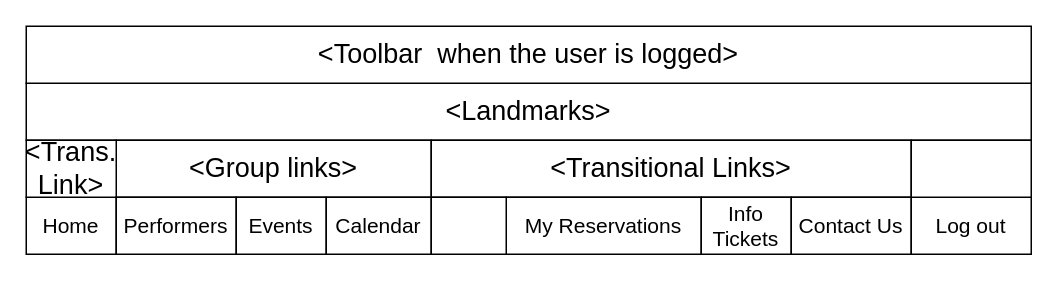
This is other/documentation/frontend/DRAW IO desing/toolbar logged.drawio from LeonardoPanizzo/hypermedia2019, a draw.io file, before an edit. Source tidied: cells renumbered, new cells numbered last; positions are measured from the earlier drawing's top-left corner, leaving out a move shared by most shapes. Both pictures are drawn from the tidied source at 150%, with x=0, y=0 at pixel (26, 26).
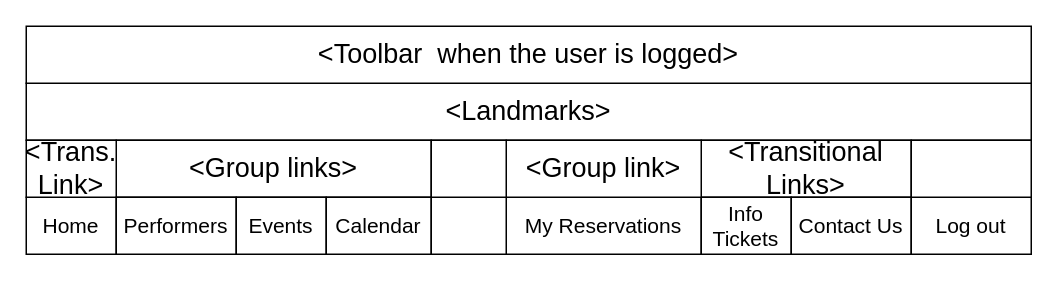
After the change.

Change to the diagram source:
```diff
@@
 <mxGraphModel>
   <root>
     <mxCell id="0" />
     <mxCell id="1" parent="0" />
     <mxCell id="2" value="&amp;lt;Landmarks&amp;gt;" style="rounded=0;whiteSpace=wrap;html=1;fontStyle=0;fontSize=18;" parent="1" vertex="1">
       <mxGeometry y="38" width="670" height="38" as="geometry" />
     </mxCell>
     <mxCell id="3" value="&lt;span style=&quot;font-size: 18px;&quot;&gt;&amp;lt;Group links&amp;gt;&lt;/span&gt;" style="rounded=0;whiteSpace=wrap;html=1;fontStyle=0;fontSize=18;" parent="1" vertex="1">
       <mxGeometry x="60" y="76" width="210" height="38" as="geometry" />
     </mxCell>
     <mxCell id="4" value="&lt;span style=&quot;font-size: 14px;&quot;&gt;Home&lt;/span&gt;" style="rounded=0;whiteSpace=wrap;html=1;fontStyle=0;fontSize=14;" parent="1" vertex="1">
       <mxGeometry y="114" width="60" height="38" as="geometry" />
     </mxCell>
     <mxCell id="5" value="&lt;span style=&quot;font-size: 18px;&quot;&gt;&amp;lt;Trans.&lt;br style=&quot;font-size: 18px;&quot;&gt;Link&amp;gt;&lt;/span&gt;&lt;br style=&quot;font-size: 18px;&quot;&gt;" style="rounded=0;whiteSpace=wrap;html=1;fontStyle=0;fontSize=18;" parent="1" vertex="1">
       <mxGeometry y="76" width="60" height="38" as="geometry" />
     </mxCell>
     <mxCell id="6" value="&lt;span style=&quot;font-size: 18px;&quot;&gt;&amp;lt;Transitional Links&amp;gt;&lt;/span&gt;&lt;br style=&quot;font-size: 18px;&quot;&gt;" style="rounded=0;whiteSpace=wrap;html=1;fontStyle=0;fontSize=18;" parent="1" vertex="1">
-      <mxGeometry x="270" y="76" width="320" height="38" as="geometry" />
+      <mxGeometry x="450" y="76" width="140" height="38" as="geometry" />
     </mxCell>
     <mxCell id="7" value="&lt;span style=&quot;font-size: 14px&quot;&gt;Performers&lt;/span&gt;" style="rounded=0;whiteSpace=wrap;html=1;fontStyle=0;fontSize=14;" parent="1" vertex="1">
       <mxGeometry x="60" y="114" width="80" height="38" as="geometry" />
     </mxCell>
     <mxCell id="8" value="&lt;span style=&quot;font-size: 14px;&quot;&gt;Events&lt;/span&gt;" style="rounded=0;whiteSpace=wrap;html=1;fontStyle=0;fontSize=14;" parent="1" vertex="1">
       <mxGeometry x="140" y="114" width="60" height="38" as="geometry" />
     </mxCell>
     <mxCell id="9" value="&lt;span style=&quot;font-size: 14px&quot;&gt;Calendar&lt;br&gt;&lt;/span&gt;" style="rounded=0;whiteSpace=wrap;html=1;fontStyle=0;fontSize=14;" parent="1" vertex="1">
       <mxGeometry x="200" y="114" width="70" height="38" as="geometry" />
     </mxCell>
     <mxCell id="10" value="My Reservations" style="rounded=0;whiteSpace=wrap;html=1;fontStyle=0;fontSize=14;" parent="1" vertex="1">
       <mxGeometry x="320" y="114" width="130" height="38" as="geometry" />
     </mxCell>
     <mxCell id="11" style="rounded=0;whiteSpace=wrap;html=1;fontStyle=0;fontSize=14;" parent="1" vertex="1">
       <mxGeometry x="270" y="114" width="50" height="38" as="geometry" />
     </mxCell>
     <mxCell id="12" value="Info Tickets" style="rounded=0;whiteSpace=wrap;html=1;fontStyle=0;fontSize=14;" parent="1" vertex="1">
       <mxGeometry x="450" y="114" width="60" height="38" as="geometry" />
     </mxCell>
     <mxCell id="13" value="&lt;span style=&quot;font-size: 14px;&quot;&gt;&lt;span style=&quot;font-size: 14px;&quot;&gt;Contact Us&lt;/span&gt;&lt;/span&gt;" style="rounded=0;whiteSpace=wrap;html=1;fontStyle=0;fontSize=14;" parent="1" vertex="1">
       <mxGeometry x="510" y="114" width="80" height="38" as="geometry" />
     </mxCell>
     <mxCell id="14" value="&lt;span&gt;&amp;lt;Toolbar&amp;nbsp; when the user is logged&amp;gt;&lt;/span&gt;" style="rounded=0;whiteSpace=wrap;html=1;fontStyle=0;fontSize=18;" parent="1" vertex="1">
       <mxGeometry width="670" height="38" as="geometry" />
     </mxCell>
     <mxCell id="15" value="&lt;span style=&quot;font-size: 14px;&quot;&gt;&lt;span style=&quot;font-size: 14px;&quot;&gt;Log out&lt;/span&gt;&lt;/span&gt;" style="rounded=0;whiteSpace=wrap;html=1;fontStyle=0;fontSize=14;" parent="1" vertex="1">
       <mxGeometry x="590" y="114" width="80" height="38" as="geometry" />
     </mxCell>
     <mxCell id="16" value="&lt;br style=&quot;font-size: 18px&quot;&gt;" style="rounded=0;whiteSpace=wrap;html=1;fontStyle=0;fontSize=18;" parent="1" vertex="1">
       <mxGeometry x="590" y="76" width="80" height="38" as="geometry" />
     </mxCell>
+    <mxCell id="17" value="&lt;span style=&quot;font-size: 18px&quot;&gt;&amp;lt;Group link&amp;gt;&lt;/span&gt;" style="rounded=0;whiteSpace=wrap;html=1;fontStyle=0;fontSize=18;" parent="1" vertex="1">
+      <mxGeometry x="320" y="76" width="130" height="38" as="geometry" />
+    </mxCell>
+    <mxCell id="18" style="rounded=0;whiteSpace=wrap;html=1;fontStyle=0;fontSize=14;" parent="1" vertex="1">
+      <mxGeometry x="270" y="76" width="50" height="38" as="geometry" />
+    </mxCell>
   </root>
 </mxGraphModel>
```
